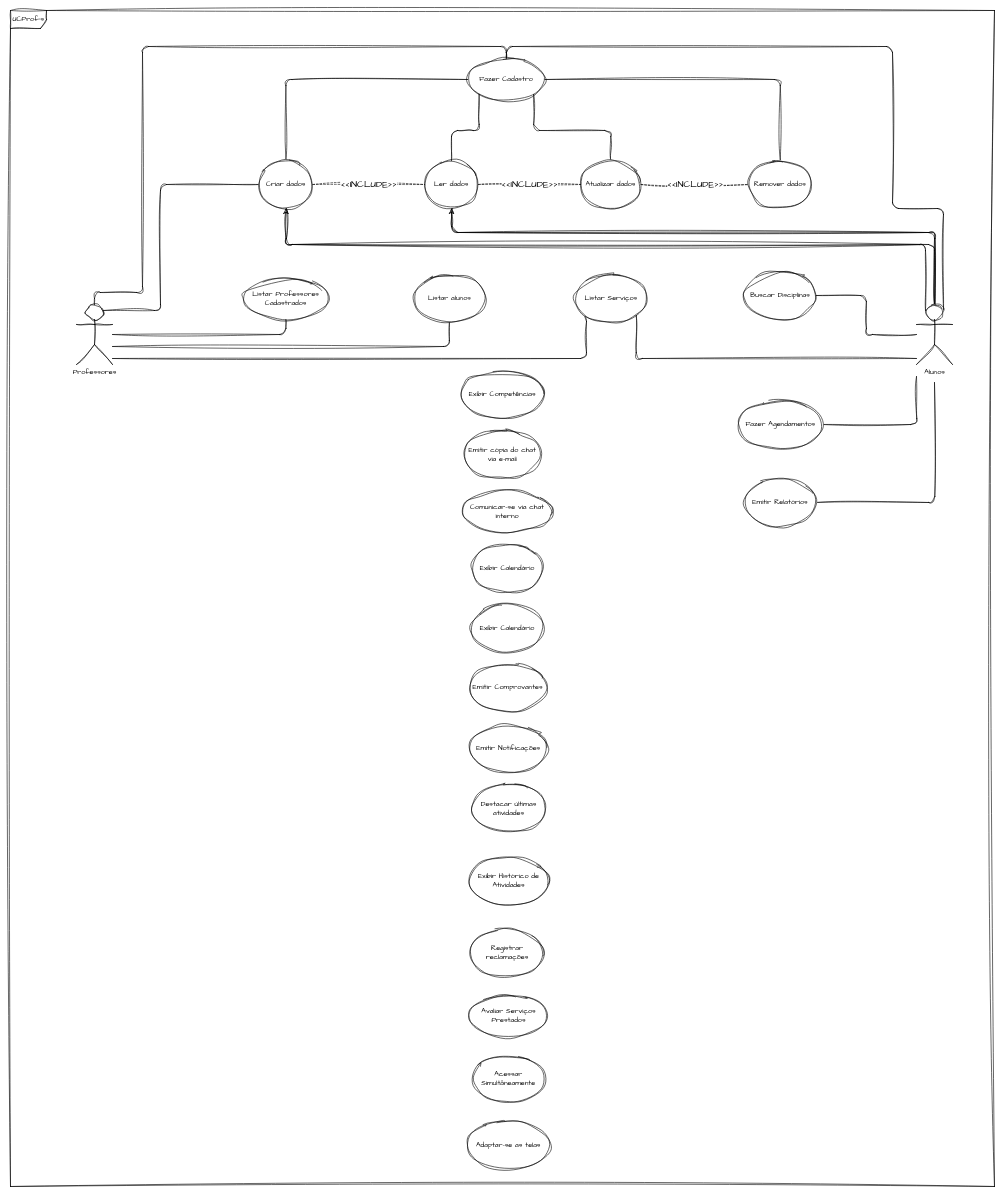
The draw.io diagram Caso de Uso.drawio in gabi-lessa/AnaliseProjetoSistemas, before the edit. Source tidied: cells renumbered, new cells numbered last; positions are measured from the earlier drawing's top-left corner, leaving out a move shared by most shapes. Both pictures are drawn from the tidied source at 60%, with x=0, y=0 at pixel (10, 10).
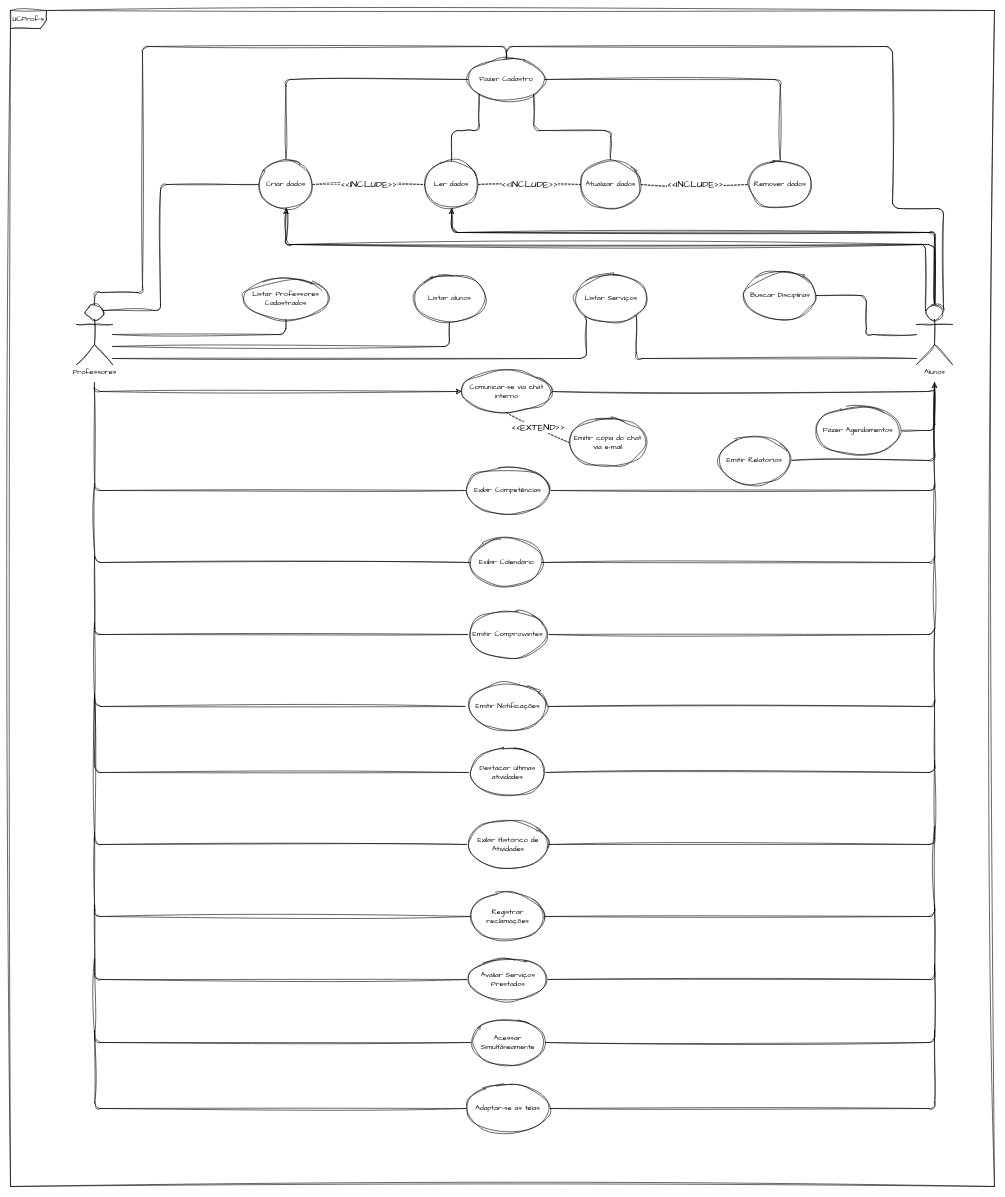
The same page after the edit.

Change to the diagram source:
```diff
@@
+    <mxCell id="51" style="edgeStyle=orthogonalEdgeStyle;rounded=1;sketch=1;hachureGap=4;jiggle=2;curveFitting=1;jettySize=auto;html=1;entryX=0;entryY=0.5;entryDx=0;entryDy=0;fontFamily=Architects Daughter;fontSize=16;" parent="1" edge="1" target="11">
+      <mxGeometry relative="1" as="geometry">
+        <mxPoint x="140" y="620" as="sourcePoint" />
+        <Array as="points">
+          <mxPoint x="140" y="635" />
+        </Array>
+      </mxGeometry>
+    </mxCell>
@@
+    <mxCell id="52" style="edgeStyle=orthogonalEdgeStyle;rounded=1;sketch=1;hachureGap=4;jiggle=2;curveFitting=1;jettySize=auto;html=1;fontFamily=Architects Daughter;fontSize=16;endArrow=none;endFill=0;" parent="1" edge="1" source="10">
+      <mxGeometry relative="1" as="geometry">
+        <mxPoint x="140" y="1490" as="targetPoint" />
+      </mxGeometry>
+    </mxCell>
+    <mxCell id="53" style="edgeStyle=orthogonalEdgeStyle;rounded=1;sketch=1;hachureGap=4;jiggle=2;curveFitting=1;jettySize=auto;html=1;fontFamily=Architects Daughter;fontSize=16;endArrow=none;endFill=0;" parent="1" edge="1" source="10">
+      <mxGeometry relative="1" as="geometry">
+        <mxPoint x="1540" y="1490" as="targetPoint" />
+      </mxGeometry>
+    </mxCell>
     <mxCell id="10" value="Avaliar Serviços Prestados" style="ellipse;whiteSpace=wrap;html=1;fontFamily=Architects Daughter;rounded=1;sketch=1;curveFitting=1;jiggle=2;" parent="1" vertex="1">
-      <mxGeometry x="764.5" y="1641" width="131" height="70" as="geometry" />
+      <mxGeometry x="763.5" y="1580" width="131" height="70" as="geometry" />
     </mxCell>
+    <mxCell id="54" style="edgeStyle=orthogonalEdgeStyle;rounded=1;sketch=1;hachureGap=4;jiggle=2;curveFitting=1;jettySize=auto;html=1;fontFamily=Architects Daughter;fontSize=16;" parent="1" edge="1" source="11">
+      <mxGeometry relative="1" as="geometry">
+        <mxPoint x="1540" y="620" as="targetPoint" />
+        <Array as="points">
+          <mxPoint x="1540" y="635" />
+        </Array>
+      </mxGeometry>
+    </mxCell>
     <mxCell id="11" value="Comunicar-se via chat interno" style="ellipse;whiteSpace=wrap;html=1;fontFamily=Architects Daughter;rounded=1;sketch=1;curveFitting=1;jiggle=2;" parent="1" vertex="1">
-      <mxGeometry x="753" y="800" width="150" height="70" as="geometry" />
+      <mxGeometry x="751.5" y="600" width="150" height="70" as="geometry" />
     </mxCell>
-    <mxCell id="12" value="Exibir Calendário" style="ellipse;whiteSpace=wrap;html=1;fontFamily=Architects Daughter;rounded=1;sketch=1;curveFitting=1;jiggle=2;" parent="1" vertex="1">
-      <mxGeometry x="768" y="890" width="120" height="80" as="geometry" />
-    </mxCell>
+    <mxCell id="55" style="edgeStyle=orthogonalEdgeStyle;rounded=1;sketch=1;hachureGap=4;jiggle=2;curveFitting=1;jettySize=auto;html=1;fontFamily=Architects Daughter;fontSize=16;endArrow=none;endFill=0;" parent="1" edge="1" source="13">
+      <mxGeometry relative="1" as="geometry">
+        <mxPoint x="140" y="630" as="targetPoint" />
+      </mxGeometry>
+    </mxCell>
+    <mxCell id="56" style="edgeStyle=orthogonalEdgeStyle;rounded=1;sketch=1;hachureGap=4;jiggle=2;curveFitting=1;jettySize=auto;html=1;fontFamily=Architects Daughter;fontSize=16;endArrow=none;endFill=0;" parent="1" edge="1" source="13">
+      <mxGeometry relative="1" as="geometry">
+        <mxPoint x="1540" y="630" as="targetPoint" />
+      </mxGeometry>
+    </mxCell>
     <mxCell id="13" value="Exibir Competências" style="ellipse;whiteSpace=wrap;html=1;fontFamily=Architects Daughter;rounded=1;sketch=1;curveFitting=1;jiggle=2;" parent="1" vertex="1">
-      <mxGeometry x="750" y="600" width="140" height="80" as="geometry" />
+      <mxGeometry x="759" y="760" width="140" height="80" as="geometry" />
     </mxCell>
-    <mxCell id="14" style="edgeStyle=orthogonalEdgeStyle;rounded=1;sketch=1;hachureGap=4;jiggle=2;curveFitting=1;jettySize=auto;html=1;fontFamily=Architects Daughter;fontSize=16;endArrow=none;endFill=0;" parent="1" edge="1" source="15">
-      <mxGeometry relative="1" as="geometry">
-        <mxPoint x="1540" y="620" as="targetPoint" />
-      </mxGeometry>
-    </mxCell>
+    <mxCell id="57" style="edgeStyle=orthogonalEdgeStyle;rounded=1;sketch=1;hachureGap=4;jiggle=2;curveFitting=1;jettySize=auto;html=1;fontFamily=Architects Daughter;fontSize=16;endArrow=none;endFill=0;" parent="1" edge="1" source="15">
+      <mxGeometry relative="1" as="geometry">
+        <mxPoint x="1540" y="620" as="targetPoint" />
+      </mxGeometry>
+    </mxCell>
     <mxCell id="15" value="Emitir Relatórios" style="ellipse;whiteSpace=wrap;html=1;fontFamily=Architects Daughter;rounded=1;sketch=1;curveFitting=1;jiggle=2;" parent="1" vertex="1">
-      <mxGeometry x="1223" y="780" width="120" height="80" as="geometry" />
+      <mxGeometry x="1180" y="710" width="120" height="80" as="geometry" />
     </mxCell>
-    <mxCell id="16" style="edgeStyle=orthogonalEdgeStyle;rounded=1;sketch=1;hachureGap=4;jiggle=2;curveFitting=1;jettySize=auto;html=1;fontFamily=Architects Daughter;fontSize=16;endArrow=none;endFill=0;" parent="1" edge="1" source="17">
-      <mxGeometry relative="1" as="geometry">
-        <mxPoint x="1510" y="610" as="targetPoint" />
-      </mxGeometry>
-    </mxCell>
-    <mxCell id="17" value="Fazer Agendamentos" style="ellipse;whiteSpace=wrap;html=1;fontFamily=Architects Daughter;rounded=1;sketch=1;curveFitting=1;jiggle=2;" parent="1" vertex="1">
-      <mxGeometry x="1212.5" y="650" width="141" height="80" as="geometry" />
-    </mxCell>
@@
+    <mxCell id="58" style="edgeStyle=orthogonalEdgeStyle;rounded=1;sketch=1;hachureGap=4;jiggle=2;curveFitting=1;jettySize=auto;html=1;fontFamily=Architects Daughter;fontSize=16;endArrow=none;endFill=0;" parent="1" edge="1" source="19">
+      <mxGeometry relative="1" as="geometry">
+        <mxPoint x="140" y="910" as="targetPoint" />
+      </mxGeometry>
+    </mxCell>
+    <mxCell id="59" style="edgeStyle=orthogonalEdgeStyle;rounded=1;sketch=1;hachureGap=4;jiggle=2;curveFitting=1;jettySize=auto;html=1;fontFamily=Architects Daughter;fontSize=16;endArrow=none;endFill=0;" parent="1" edge="1" source="19">
+      <mxGeometry relative="1" as="geometry">
+        <mxPoint x="1540" y="910" as="targetPoint" />
+      </mxGeometry>
+    </mxCell>
     <mxCell id="19" value="Emitir Comprovantes" style="ellipse;whiteSpace=wrap;html=1;fontFamily=Architects Daughter;rounded=1;sketch=1;curveFitting=1;jiggle=2;" parent="1" vertex="1">
-      <mxGeometry x="764" y="1089" width="130" height="80" as="geometry" />
+      <mxGeometry x="764" y="1000" width="130" height="80" as="geometry" />
     </mxCell>
@@
+    <mxCell id="60" style="edgeStyle=orthogonalEdgeStyle;rounded=1;sketch=1;hachureGap=4;jiggle=2;curveFitting=1;jettySize=auto;html=1;fontFamily=Architects Daughter;fontSize=16;endArrow=none;endFill=0;" parent="1" edge="1" source="21">
+      <mxGeometry relative="1" as="geometry">
+        <mxPoint x="140" y="1140" as="targetPoint" />
+      </mxGeometry>
+    </mxCell>
+    <mxCell id="61" style="edgeStyle=orthogonalEdgeStyle;rounded=1;sketch=1;hachureGap=4;jiggle=2;curveFitting=1;jettySize=auto;html=1;fontFamily=Architects Daughter;fontSize=16;endArrow=none;endFill=0;" parent="1" edge="1" source="21">
+      <mxGeometry relative="1" as="geometry">
+        <mxPoint x="1540" y="1250" as="targetPoint" />
+      </mxGeometry>
+    </mxCell>
     <mxCell id="21" value="Exibir Histórico de Atividades" style="ellipse;whiteSpace=wrap;html=1;fontFamily=Architects Daughter;rounded=1;sketch=1;curveFitting=1;jiggle=2;" parent="1" vertex="1">
-      <mxGeometry x="762.8" y="1411" width="134.5" height="80" as="geometry" />
+      <mxGeometry x="761.8" y="1350" width="134.5" height="80" as="geometry" />
     </mxCell>
+    <mxCell id="62" style="edgeStyle=orthogonalEdgeStyle;rounded=1;sketch=1;hachureGap=4;jiggle=2;curveFitting=1;jettySize=auto;html=1;fontFamily=Architects Daughter;fontSize=16;endArrow=none;endFill=0;" parent="1" edge="1" source="22">
+      <mxGeometry relative="1" as="geometry">
+        <mxPoint x="140" y="1580" as="targetPoint" />
+      </mxGeometry>
+    </mxCell>
+    <mxCell id="63" style="edgeStyle=orthogonalEdgeStyle;rounded=1;sketch=1;hachureGap=4;jiggle=2;curveFitting=1;jettySize=auto;html=1;fontFamily=Architects Daughter;fontSize=16;endArrow=none;endFill=0;" parent="1" edge="1" source="22">
+      <mxGeometry relative="1" as="geometry">
+        <mxPoint x="1540" y="1590" as="targetPoint" />
+      </mxGeometry>
+    </mxCell>
     <mxCell id="22" value="Acessar Simultâneamente" style="ellipse;whiteSpace=wrap;html=1;fontFamily=Architects Daughter;rounded=1;sketch=1;curveFitting=1;jiggle=2;" parent="1" vertex="1">
-      <mxGeometry x="770" y="1741" width="120" height="80" as="geometry" />
+      <mxGeometry x="769" y="1680" width="120" height="80" as="geometry" />
     </mxCell>
+    <mxCell id="64" style="edgeStyle=orthogonalEdgeStyle;rounded=1;sketch=1;hachureGap=4;jiggle=2;curveFitting=1;jettySize=auto;html=1;fontFamily=Architects Daughter;fontSize=16;endArrow=none;endFill=0;" parent="1" edge="1" source="23">
+      <mxGeometry relative="1" as="geometry">
+        <mxPoint x="140" y="1700" as="targetPoint" />
+      </mxGeometry>
+    </mxCell>
+    <mxCell id="65" style="edgeStyle=orthogonalEdgeStyle;rounded=1;sketch=1;hachureGap=4;jiggle=2;curveFitting=1;jettySize=auto;html=1;fontFamily=Architects Daughter;fontSize=16;endArrow=none;endFill=0;" parent="1" edge="1" source="23">
+      <mxGeometry relative="1" as="geometry">
+        <mxPoint x="1540" y="1700" as="targetPoint" />
+      </mxGeometry>
+    </mxCell>
     <mxCell id="23" value="Adaptar-se as telas" style="ellipse;whiteSpace=wrap;html=1;fontFamily=Architects Daughter;rounded=1;sketch=1;curveFitting=1;jiggle=2;" parent="1" vertex="1">
-      <mxGeometry x="760" y="1851" width="140" height="80" as="geometry" />
+      <mxGeometry x="759" y="1790" width="140" height="80" as="geometry" />
     </mxCell>
@@
+    <mxCell id="66" style="edgeStyle=orthogonalEdgeStyle;rounded=1;sketch=1;hachureGap=4;jiggle=2;curveFitting=1;jettySize=auto;html=1;fontFamily=Architects Daughter;fontSize=16;endArrow=none;endFill=0;" parent="1" edge="1" source="25">
+      <mxGeometry relative="1" as="geometry">
+        <mxPoint x="140" y="1370" as="targetPoint" />
+      </mxGeometry>
+    </mxCell>
+    <mxCell id="67" style="edgeStyle=orthogonalEdgeStyle;rounded=1;sketch=1;hachureGap=4;jiggle=2;curveFitting=1;jettySize=auto;html=1;fontFamily=Architects Daughter;fontSize=16;endArrow=none;endFill=0;" parent="1" edge="1" source="25">
+      <mxGeometry relative="1" as="geometry">
+        <mxPoint x="1540" y="1360" as="targetPoint" />
+      </mxGeometry>
+    </mxCell>
     <mxCell id="25" value="Registrar reclamações" style="ellipse;whiteSpace=wrap;html=1;fontFamily=Architects Daughter;rounded=1;sketch=1;curveFitting=1;jiggle=2;" parent="1" vertex="1">
-      <mxGeometry x="767" y="1531" width="122" height="80" as="geometry" />
+      <mxGeometry x="768" y="1470" width="122" height="80" as="geometry" />
     </mxCell>
+    <mxCell id="68" style="edgeStyle=orthogonalEdgeStyle;rounded=1;sketch=1;hachureGap=4;jiggle=2;curveFitting=1;jettySize=auto;html=1;fontFamily=Architects Daughter;fontSize=16;endArrow=none;endFill=0;" parent="1" edge="1" source="26">
+      <mxGeometry relative="1" as="geometry">
+        <mxPoint x="140" y="1140" as="targetPoint" />
+      </mxGeometry>
+    </mxCell>
+    <mxCell id="69" style="edgeStyle=orthogonalEdgeStyle;rounded=1;sketch=1;hachureGap=4;jiggle=2;curveFitting=1;jettySize=auto;html=1;fontFamily=Architects Daughter;fontSize=16;endArrow=none;endFill=0;" parent="1" edge="1" source="26">
+      <mxGeometry relative="1" as="geometry">
+        <mxPoint x="1540" y="1150" as="targetPoint" />
+      </mxGeometry>
+    </mxCell>
     <mxCell id="26" value="Destacar últimas atividades" style="ellipse;whiteSpace=wrap;html=1;fontFamily=Architects Daughter;rounded=1;sketch=1;curveFitting=1;jiggle=2;" parent="1" vertex="1">
-      <mxGeometry x="767.5" y="1290" width="125" height="80" as="geometry" />
+      <mxGeometry x="765.5" y="1230" width="125" height="80" as="geometry" />
     </mxCell>
     <mxCell id="27" value="Emitir cópia do chat via e-mail" style="ellipse;whiteSpace=wrap;html=1;fontFamily=Architects Daughter;rounded=1;sketch=1;curveFitting=1;jiggle=2;" parent="1" vertex="1">
-      <mxGeometry x="755" y="700" width="130" height="80" as="geometry" />
+      <mxGeometry x="930.5" y="680" width="130" height="80" as="geometry" />
     </mxCell>
@@
+    <mxCell id="70" style="edgeStyle=orthogonalEdgeStyle;rounded=1;sketch=1;hachureGap=4;jiggle=2;curveFitting=1;jettySize=auto;html=1;fontFamily=Architects Daughter;fontSize=16;endArrow=none;endFill=0;" parent="1" edge="1" source="49">
+      <mxGeometry relative="1" as="geometry">
+        <mxPoint x="140" y="1020" as="targetPoint" />
+      </mxGeometry>
+    </mxCell>
+    <mxCell id="71" style="edgeStyle=orthogonalEdgeStyle;rounded=1;sketch=1;hachureGap=4;jiggle=2;curveFitting=1;jettySize=auto;html=1;fontFamily=Architects Daughter;fontSize=16;endArrow=none;endFill=0;" parent="1" edge="1" source="49">
+      <mxGeometry relative="1" as="geometry">
+        <mxPoint x="1540" y="1030" as="targetPoint" />
+      </mxGeometry>
+    </mxCell>
     <mxCell id="49" value="Emitir Notificações" style="ellipse;whiteSpace=wrap;html=1;fontFamily=Architects Daughter;rounded=1;sketch=1;curveFitting=1;jiggle=2;" parent="1" vertex="1">
-      <mxGeometry x="764" y="1190" width="132" height="80" as="geometry" />
+      <mxGeometry x="763" y="1120" width="132" height="80" as="geometry" />
     </mxCell>
+    <mxCell id="72" style="edgeStyle=orthogonalEdgeStyle;rounded=1;sketch=1;hachureGap=4;jiggle=2;curveFitting=1;jettySize=auto;html=1;fontFamily=Architects Daughter;fontSize=16;endArrow=none;endFill=0;" parent="1" edge="1" source="50">
+      <mxGeometry relative="1" as="geometry">
+        <mxPoint x="140" y="790" as="targetPoint" />
+      </mxGeometry>
+    </mxCell>
+    <mxCell id="73" style="edgeStyle=orthogonalEdgeStyle;rounded=1;sketch=1;hachureGap=4;jiggle=2;curveFitting=1;jettySize=auto;html=1;fontFamily=Architects Daughter;fontSize=16;endArrow=none;endFill=0;" parent="1" edge="1" source="50">
+      <mxGeometry relative="1" as="geometry">
+        <mxPoint x="1540" y="790" as="targetPoint" />
+      </mxGeometry>
+    </mxCell>
     <mxCell id="50" value="Exibir Calendário" style="ellipse;whiteSpace=wrap;html=1;fontFamily=Architects Daughter;rounded=1;sketch=1;curveFitting=1;jiggle=2;" parent="1" vertex="1">
-      <mxGeometry x="768" y="990" width="120" height="80" as="geometry" />
+      <mxGeometry x="766.5" y="880" width="120" height="80" as="geometry" />
     </mxCell>
+    <mxCell id="74" style="edgeStyle=orthogonalEdgeStyle;rounded=1;sketch=1;hachureGap=4;jiggle=2;curveFitting=1;jettySize=auto;html=1;fontFamily=Architects Daughter;fontSize=16;endArrow=none;endFill=0;" parent="1" edge="1" source="17">
+      <mxGeometry relative="1" as="geometry">
+        <mxPoint x="1540" y="630" as="targetPoint" />
+      </mxGeometry>
+    </mxCell>
+    <mxCell id="17" value="Fazer Agendamentos" style="ellipse;whiteSpace=wrap;html=1;fontFamily=Architects Daughter;rounded=1;sketch=1;curveFitting=1;jiggle=2;" parent="1" vertex="1">
+      <mxGeometry x="1342" y="660" width="141" height="80" as="geometry" />
+    </mxCell>
+    <mxCell id="75" value="&amp;lt;&amp;lt;EXTEND&amp;gt;&amp;gt;" style="endArrow=none;endSize=12;dashed=1;html=1;rounded=1;sketch=1;hachureGap=4;jiggle=2;curveFitting=1;fontFamily=Architects Daughter;fontSize=16;exitX=0.5;exitY=1;exitDx=0;exitDy=0;endFill=0;entryX=0;entryY=0.5;entryDx=0;entryDy=0;" parent="1" edge="1" source="11" target="27">
+      <mxGeometry relative="1" as="geometry" />
+    </mxCell>
```
